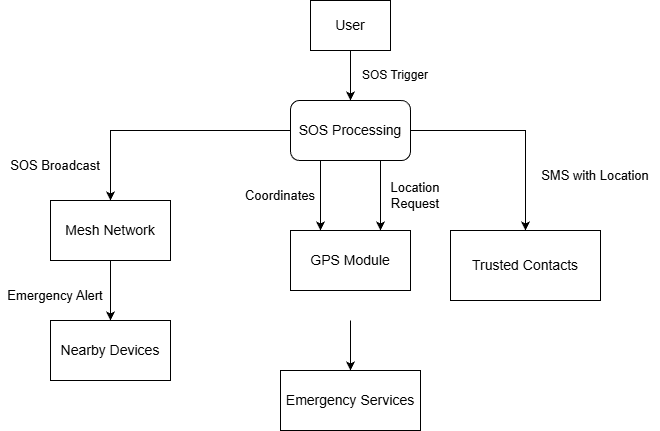
Above: docs/screenshots/sos_dfd.png in SGarryy/KreoAssist (draw.io), before the change. Source tidied: cells renumbered, new cells last; positions are measured from the earlier drawing's top-left corner, leaving out a move shared by most shapes.
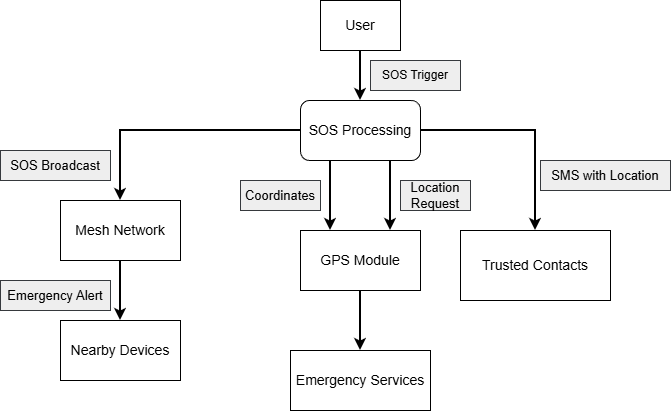
The same file after the commit.

What changed in the source:
```diff
@@ -1,8 +1,8 @@
-<mxGraphModel>
+<mxGraphModel background="light-dark(#FFFFFF,#FFFFFF)">
   <root>
     <mxCell id="0" />
     <mxCell id="1" parent="0" />
-    <mxCell id="2" style="edgeStyle=orthogonalEdgeStyle;rounded=0;jettySize=auto;html=1;exitX=0.5;exitY=1;exitDx=0;exitDy=0;" parent="1" edge="1" source="3">
+    <mxCell id="2" style="edgeStyle=orthogonalEdgeStyle;rounded=0;jettySize=auto;html=1;exitX=0.5;exitY=1;exitDx=0;exitDy=0;strokeWidth=2;strokeColor=light-dark(#000000,#000000);" parent="1" edge="1" source="3">
       <mxGeometry relative="1" as="geometry">
         <mxPoint x="350" y="100" as="targetPoint" />
       </mxGeometry>
@@ -10,59 +10,60 @@
     <mxCell id="3" value="&lt;div&gt;&lt;font style=&quot;font-size: 14px;&quot;&gt;User&lt;/font&gt;&lt;/div&gt;" style="rounded=0;whiteSpace=wrap;html=1;" parent="1" vertex="1">
       <mxGeometry x="310" width="80" height="50" as="geometry" />
     </mxCell>
-    <mxCell id="4" value="&lt;div&gt;&lt;font&gt;SOS Trigger&lt;/font&gt;&lt;/div&gt;" style="text;html=1;whiteSpace=wrap;strokeColor=none;fillColor=none;align=center;verticalAlign=middle;rounded=0;" parent="1" vertex="1">
-      <mxGeometry x="350" y="60" width="90" height="30" as="geometry" />
+    <mxCell id="4" value="&lt;div&gt;&lt;font&gt;SOS Trigger&lt;/font&gt;&lt;/div&gt;" style="text;html=1;whiteSpace=wrap;align=center;verticalAlign=middle;rounded=0;fillColor=#eeeeee;strokeColor=#36393d;" parent="1" vertex="1">
+      <mxGeometry x="360" y="60" width="90" height="30" as="geometry" />
     </mxCell>
-    <mxCell id="5" style="edgeStyle=orthogonalEdgeStyle;rounded=0;jettySize=auto;html=1;exitX=1;exitY=0.5;exitDx=0;exitDy=0;entryX=0.5;entryY=0;entryDx=0;entryDy=0;" parent="1" edge="1" source="9" target="13">
+    <mxCell id="5" style="edgeStyle=orthogonalEdgeStyle;rounded=0;jettySize=auto;html=1;exitX=1;exitY=0.5;exitDx=0;exitDy=0;entryX=0.5;entryY=0;entryDx=0;entryDy=0;strokeWidth=2;strokeColor=light-dark(#000000,#000000);" parent="1" edge="1" source="9" target="13">
       <mxGeometry relative="1" as="geometry" />
     </mxCell>
-    <mxCell id="6" style="edgeStyle=orthogonalEdgeStyle;rounded=0;jettySize=auto;html=1;exitX=0;exitY=0.5;exitDx=0;exitDy=0;" parent="1" edge="1" source="9" target="17">
+    <mxCell id="6" style="edgeStyle=orthogonalEdgeStyle;rounded=0;jettySize=auto;html=1;exitX=0;exitY=0.5;exitDx=0;exitDy=0;strokeWidth=2;strokeColor=light-dark(#000000,#000000);" parent="1" edge="1" source="9" target="17">
       <mxGeometry relative="1" as="geometry" />
     </mxCell>
-    <mxCell id="7" style="edgeStyle=orthogonalEdgeStyle;rounded=0;jettySize=auto;html=1;exitX=0.75;exitY=1;exitDx=0;exitDy=0;entryX=0.75;entryY=0;entryDx=0;entryDy=0;" parent="1" edge="1" source="9" target="21">
+    <mxCell id="7" style="edgeStyle=orthogonalEdgeStyle;rounded=0;jettySize=auto;html=1;exitX=0.75;exitY=1;exitDx=0;exitDy=0;entryX=0.75;entryY=0;entryDx=0;entryDy=0;strokeWidth=2;strokeColor=light-dark(#000000,#000000);" parent="1" edge="1" source="9" target="21">
       <mxGeometry relative="1" as="geometry" />
     </mxCell>
-    <mxCell id="8" style="edgeStyle=orthogonalEdgeStyle;rounded=0;jettySize=auto;html=1;exitX=0.25;exitY=1;exitDx=0;exitDy=0;entryX=0.25;entryY=0;entryDx=0;entryDy=0;" parent="1" edge="1" source="9" target="21">
+    <mxCell id="8" style="edgeStyle=orthogonalEdgeStyle;rounded=0;jettySize=auto;html=1;exitX=0.25;exitY=1;exitDx=0;exitDy=0;entryX=0.25;entryY=0;entryDx=0;entryDy=0;strokeColor=light-dark(#000000,#000000);strokeWidth=2;" parent="1" edge="1" source="9" target="21">
       <mxGeometry relative="1" as="geometry" />
     </mxCell>
     <mxCell id="9" value="&lt;div&gt;&lt;font style=&quot;font-size: 14px;&quot;&gt;SOS Processing&lt;/font&gt;&lt;/div&gt;" style="rounded=1;whiteSpace=wrap;html=1;" parent="1" vertex="1">
       <mxGeometry x="290" y="100" width="120" height="60" as="geometry" />
     </mxCell>
-    <mxCell id="10" style="edgeStyle=orthogonalEdgeStyle;rounded=0;orthogonalLoop=1;jettySize=auto;html=1;exitX=0.5;exitY=1;exitDx=0;exitDy=0;exitPerimeter=0;" parent="1" edge="1">
+    <mxCell id="10" style="edgeStyle=orthogonalEdgeStyle;rounded=0;jettySize=auto;html=1;exitX=0.5;exitY=1;exitDx=0;exitDy=0;strokeColor=light-dark(#000000,#000000);strokeWidth=2;" parent="1" edge="1" source="21">
       <mxGeometry relative="1" as="geometry">
-        <mxPoint x="350" y="320" as="sourcePoint" />
-        <mxPoint x="350" y="370" as="targetPoint" />
+        <mxPoint x="350" y="350" as="targetPoint" />
       </mxGeometry>
     </mxCell>
-    <mxCell id="11" value="&lt;div&gt;&lt;font style=&quot;font-size: 13px;&quot;&gt;Location Request&lt;/font&gt;&lt;/div&gt;" style="text;html=1;whiteSpace=wrap;strokeColor=none;fillColor=none;align=center;verticalAlign=middle;rounded=0;" parent="1" vertex="1">
-      <mxGeometry x="380" y="180" width="70" height="30" as="geometry" />
+    <mxCell id="11" value="&lt;div&gt;&lt;font style=&quot;font-size: 13px;&quot;&gt;Location Request&lt;/font&gt;&lt;/div&gt;" style="text;html=1;whiteSpace=wrap;strokeColor=#36393d;fillColor=#eeeeee;align=center;verticalAlign=middle;rounded=0;" parent="1" vertex="1">
+      <mxGeometry x="390" y="180" width="70" height="30" as="geometry" />
     </mxCell>
-    <mxCell id="12" value="&lt;div&gt;&lt;font style=&quot;font-size: 13px;&quot;&gt;Coordinates&lt;/font&gt;&lt;/div&gt;" style="text;html=1;whiteSpace=wrap;strokeColor=none;fillColor=none;align=center;verticalAlign=middle;rounded=0;" parent="1" vertex="1">
-      <mxGeometry x="240" y="180" width="80" height="30" as="geometry" />
+    <mxCell id="12" value="&lt;div&gt;&lt;font style=&quot;font-size: 13px;&quot;&gt;Coordinates&lt;/font&gt;&lt;/div&gt;" style="text;html=1;whiteSpace=wrap;strokeColor=#36393d;fillColor=#eeeeee;align=center;verticalAlign=middle;rounded=0;" parent="1" vertex="1">
+      <mxGeometry x="230" y="180" width="80" height="30" as="geometry" />
     </mxCell>
     <mxCell id="13" value="&lt;div&gt;&lt;font style=&quot;font-size: 14px;&quot;&gt;Trusted Contacts&lt;/font&gt;&lt;/div&gt;" style="rounded=0;whiteSpace=wrap;html=1;" parent="1" vertex="1">
       <mxGeometry x="450" y="230" width="150" height="70" as="geometry" />
     </mxCell>
-    <mxCell id="14" value="&lt;div&gt;&lt;font style=&quot;font-size: 13px;&quot;&gt;SMS with Location&lt;/font&gt;&lt;/div&gt;" style="text;html=1;whiteSpace=wrap;strokeColor=none;fillColor=none;align=center;verticalAlign=middle;rounded=0;" parent="1" vertex="1">
+    <mxCell id="14" value="&lt;div&gt;&lt;font style=&quot;font-size: 13px;&quot;&gt;SMS with Location&lt;/font&gt;&lt;/div&gt;" style="text;html=1;whiteSpace=wrap;strokeColor=#36393d;fillColor=#eeeeee;align=center;verticalAlign=middle;rounded=0;" parent="1" vertex="1">
       <mxGeometry x="530" y="160" width="130" height="30" as="geometry" />
     </mxCell>
     <mxCell id="15" value="&lt;div&gt;&lt;font style=&quot;font-size: 14px;&quot;&gt;Emergency Services&lt;/font&gt;&lt;/div&gt;" style="rounded=0;whiteSpace=wrap;html=1;" parent="1" vertex="1">
-      <mxGeometry x="280" y="370" width="140" height="60" as="geometry" />
+      <mxGeometry x="280" y="350" width="140" height="60" as="geometry" />
     </mxCell>
-    <mxCell id="16" style="edgeStyle=orthogonalEdgeStyle;rounded=0;jettySize=auto;html=1;exitX=0.5;exitY=1;exitDx=0;exitDy=0;" parent="1" edge="1" source="17" target="19">
-      <mxGeometry relative="1" as="geometry" />
+    <mxCell id="16" style="edgeStyle=orthogonalEdgeStyle;rounded=0;jettySize=auto;html=1;strokeWidth=2;strokeColor=light-dark(#000000,#000000);" parent="1" edge="1" target="19">
+      <mxGeometry relative="1" as="geometry">
+        <mxPoint x="110" y="260" as="sourcePoint" />
+      </mxGeometry>
     </mxCell>
     <mxCell id="17" value="&lt;div&gt;&lt;span style=&quot;font-size: 14px;&quot;&gt;Mesh Network&lt;/span&gt;&lt;/div&gt;" style="rounded=0;whiteSpace=wrap;html=1;" parent="1" vertex="1">
       <mxGeometry x="50" y="200" width="120" height="60" as="geometry" />
     </mxCell>
-    <mxCell id="18" value="&lt;div&gt;&lt;font style=&quot;font-size: 13px;&quot;&gt;SOS Broadcast&lt;/font&gt;&lt;/div&gt;" style="text;html=1;whiteSpace=wrap;strokeColor=none;fillColor=none;align=center;verticalAlign=middle;rounded=0;" parent="1" vertex="1">
-      <mxGeometry y="150" width="110" height="30" as="geometry" />
+    <mxCell id="18" value="&lt;div&gt;&lt;font style=&quot;font-size: 13px; color: light-dark(rgb(0, 0, 0), rgb(255, 255, 255));&quot;&gt;SOS Broadcast&lt;/font&gt;&lt;/div&gt;" style="text;html=1;whiteSpace=wrap;strokeColor=#36393d;fillColor=#eeeeee;align=center;verticalAlign=middle;rounded=0;" parent="1" vertex="1">
+      <mxGeometry x="-10" y="150" width="110" height="30" as="geometry" />
     </mxCell>
     <mxCell id="19" value="&lt;div&gt;&lt;font style=&quot;font-size: 14px;&quot;&gt;Nearby Devices&lt;/font&gt;&lt;/div&gt;" style="rounded=0;whiteSpace=wrap;html=1;" parent="1" vertex="1">
       <mxGeometry x="50" y="320" width="120" height="60" as="geometry" />
     </mxCell>
-    <mxCell id="20" value="&lt;div&gt;&lt;font style=&quot;font-size: 13px;&quot;&gt;Emergency Alert&lt;/font&gt;&lt;/div&gt;" style="text;html=1;whiteSpace=wrap;strokeColor=none;fillColor=none;align=center;verticalAlign=middle;rounded=0;" parent="1" vertex="1">
-      <mxGeometry y="280" width="110" height="30" as="geometry" />
+    <mxCell id="20" value="&lt;div&gt;&lt;font style=&quot;font-size: 13px;&quot;&gt;Emergency Alert&lt;/font&gt;&lt;/div&gt;" style="text;html=1;whiteSpace=wrap;strokeColor=#36393d;fillColor=#eeeeee;align=center;verticalAlign=middle;rounded=0;" parent="1" vertex="1">
+      <mxGeometry x="-10" y="280" width="110" height="30" as="geometry" />
     </mxCell>
     <mxCell id="21" value="&lt;font style=&quot;font-size: 14px;&quot;&gt;GPS Module&lt;/font&gt;" style="rounded=0;whiteSpace=wrap;html=1;" parent="1" vertex="1">
       <mxGeometry x="290" y="230" width="120" height="60" as="geometry" />
```
